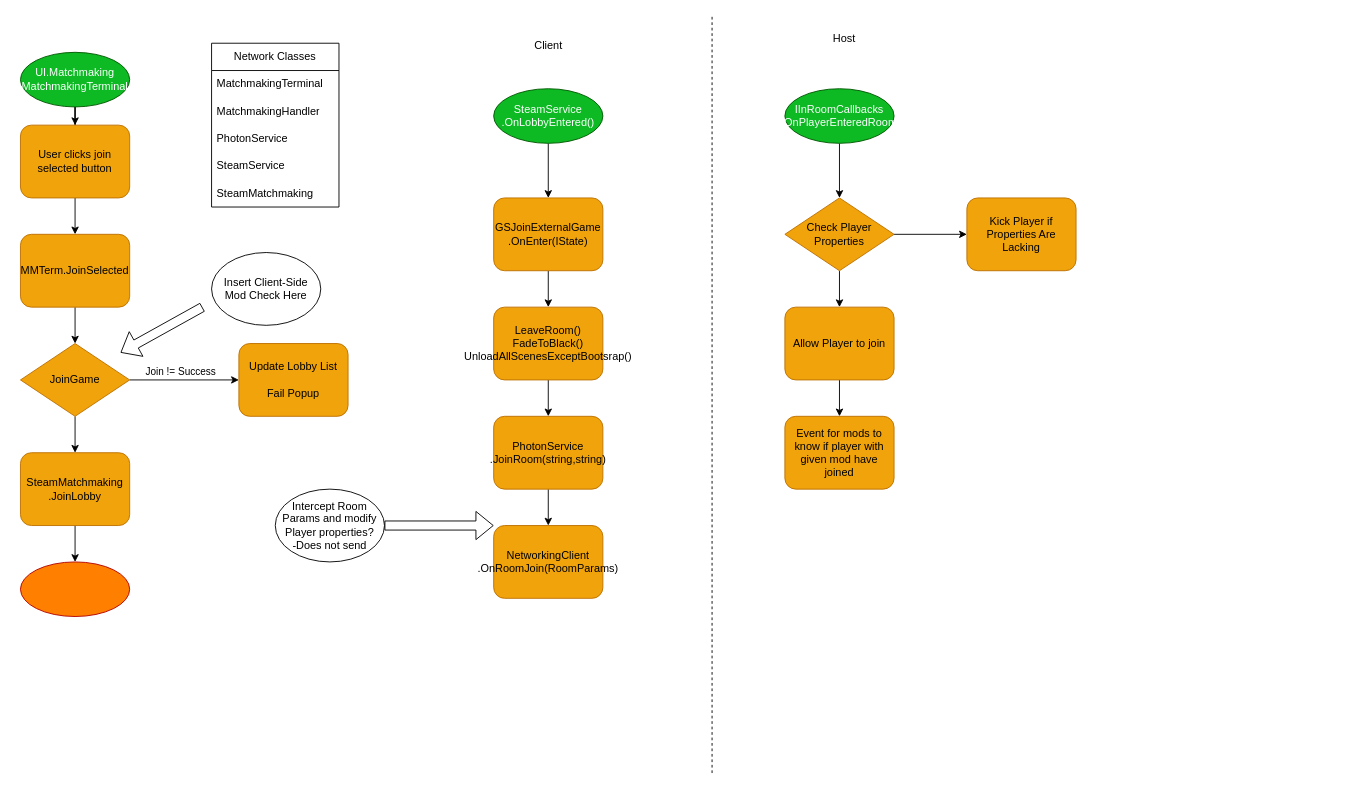
Above: MutiplayerModRequirements.drawio in Void-Crew-Modding-Team/Diagrams (draw.io), before the change. Source tidied: cells renumbered, new cells numbered last; positions are measured from the earlier drawing's top-left corner, leaving out a move shared by most shapes. Both pictures are drawn from the tidied source at 91%, with x=0, y=0 at pixel (20, 15).
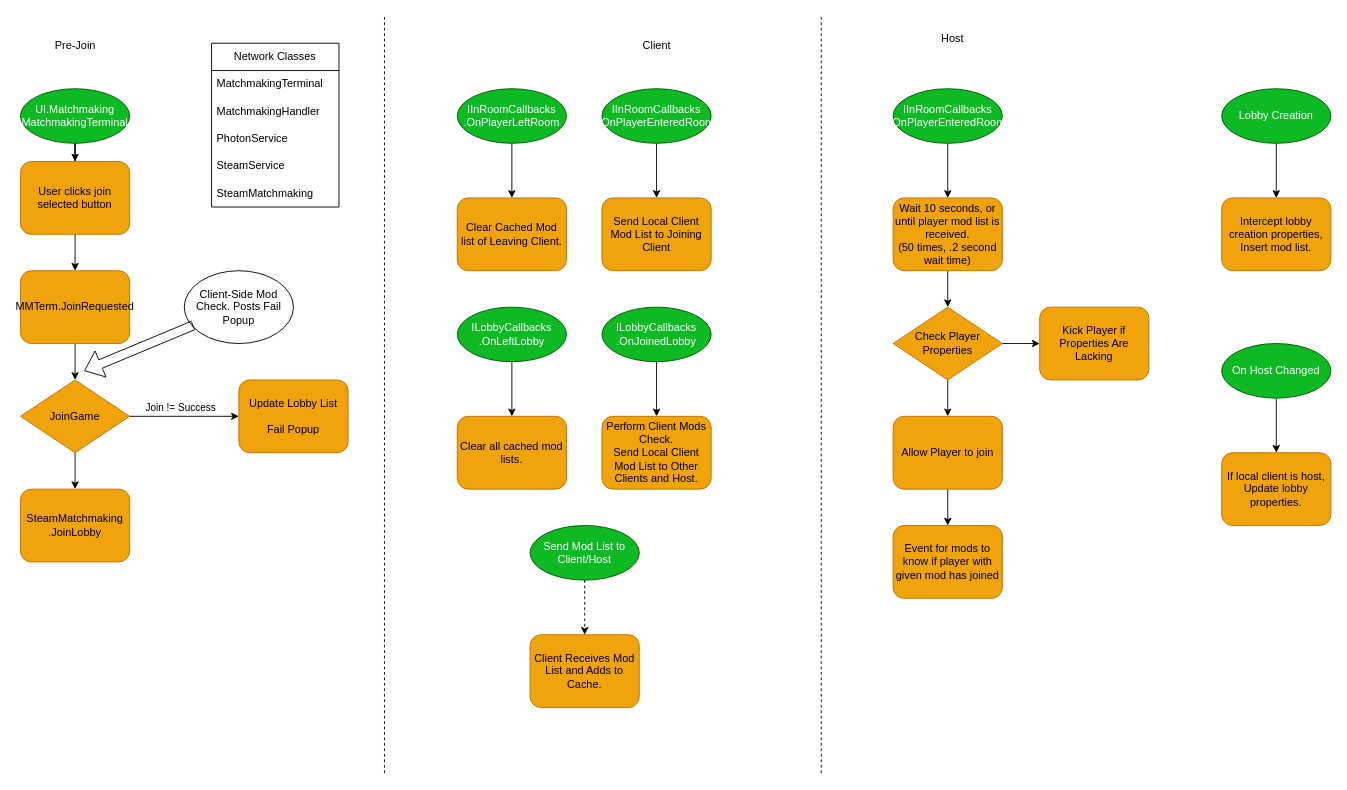
The same diagram, later.

What changed in the source:
```diff
@@
     <mxCell id="3" value="UI.Matchmaking&lt;br&gt;MatchmakingTerminal" style="ellipse;whiteSpace=wrap;html=1;fillColor=#0DBA24;strokeColor=#005700;fontColor=#ffffff;" parent="1" vertex="1">
-      <mxGeometry y="40" width="120" height="60" as="geometry" />
+      <mxGeometry y="80" width="120" height="60" as="geometry" />
     </mxCell>
@@
     <mxCell id="5" value="User clicks join selected button" style="rounded=1;whiteSpace=wrap;html=1;fillColor=#f0a30a;fontColor=#000000;strokeColor=#BD7000;" parent="1" vertex="1">
-      <mxGeometry y="120" width="120" height="80" as="geometry" />
+      <mxGeometry y="160" width="120" height="80" as="geometry" />
     </mxCell>
@@
-    <mxCell id="7" value="MMTerm.JoinSelected" style="rounded=1;whiteSpace=wrap;html=1;fillColor=#f0a30a;fontColor=#000000;strokeColor=#BD7000;" parent="1" vertex="1">
-      <mxGeometry y="240" width="120" height="80" as="geometry" />
+    <mxCell id="7" value="MMTerm.JoinRequested" style="rounded=1;whiteSpace=wrap;html=1;fillColor=#f0a30a;fontColor=#000000;strokeColor=#BD7000;" parent="1" vertex="1">
+      <mxGeometry y="280" width="120" height="80" as="geometry" />
     </mxCell>
     <mxCell id="8" value="Update Lobby List&lt;br&gt;&lt;br&gt;Fail Popup" style="rounded=1;whiteSpace=wrap;html=1;fillColor=#f0a30a;fontColor=#000000;strokeColor=#BD7000;" parent="1" vertex="1">
-      <mxGeometry x="240" y="360" width="120" height="80" as="geometry" />
+      <mxGeometry x="240" y="400" width="120" height="80" as="geometry" />
     </mxCell>
@@
     <mxCell id="12" value="JoinGame" style="rhombus;whiteSpace=wrap;html=1;fillColor=#f0a30a;fontColor=#000000;strokeColor=#BD7000;" parent="1" vertex="1">
-      <mxGeometry y="360" width="120" height="80" as="geometry" />
+      <mxGeometry y="400" width="120" height="80" as="geometry" />
     </mxCell>
-    <mxCell id="13" style="edgeStyle=orthogonalEdgeStyle;rounded=0;jettySize=auto;html=1;entryX=0.5;entryY=0;entryDx=0;entryDy=0;" parent="1" edge="1" source="14" target="23">
-      <mxGeometry relative="1" as="geometry" />
-    </mxCell>
     <mxCell id="14" value="SteamMatchmaking&lt;br&gt;.JoinLobby" style="rounded=1;whiteSpace=wrap;html=1;fillColor=#f0a30a;fontColor=#000000;strokeColor=#BD7000;" parent="1" vertex="1">
-      <mxGeometry y="480" width="120" height="80" as="geometry" />
+      <mxGeometry y="520" width="120" height="80" as="geometry" />
     </mxCell>
-    <mxCell id="15" value="Insert Client-Side Mod Check Here" style="ellipse;whiteSpace=wrap;html=1;" parent="1" vertex="1">
-      <mxGeometry x="210" y="260" width="120" height="80" as="geometry" />
+    <mxCell id="15" value="Client-Side Mod Check. Posts Fail Popup" style="ellipse;whiteSpace=wrap;html=1;" parent="1" vertex="1">
+      <mxGeometry x="180" y="280" width="120" height="80" as="geometry" />
     </mxCell>
     <mxCell id="16" style="shape=flexArrow;endArrow=classic;html=1;rounded=0;" parent="1" edge="1">
       <mxGeometry relative="1" as="geometry">
-        <mxPoint x="200" y="320" as="sourcePoint" />
-        <mxPoint x="110" y="370" as="targetPoint" />
+        <mxPoint x="190" y="340" as="sourcePoint" />
+        <mxPoint x="70" y="390" as="targetPoint" />
       </mxGeometry>
     </mxCell>
@@
-    <mxCell id="23" style="ellipse;whiteSpace=wrap;html=1;fillColor=#FF8000;strokeColor=#B20000;fontColor=#ffffff;direction=east;" parent="1" vertex="1">
-      <mxGeometry y="600" width="120" height="60" as="geometry" />
-    </mxCell>
     <mxCell id="24" style="endArrow=none;dashed=1;html=1;rounded=0;" parent="1" edge="1">
       <mxGeometry relative="1" as="geometry">
-        <mxPoint x="760" y="832" as="sourcePoint" />
-        <mxPoint x="760" as="targetPoint" />
+        <mxPoint x="880" y="832" as="sourcePoint" />
+        <mxPoint x="880" as="targetPoint" />
       </mxGeometry>
     </mxCell>
     <mxCell id="25" value="Client" style="text;html=1;align=center;verticalAlign=middle;strokeColor=none;fillColor=none;" parent="1" vertex="1">
-      <mxGeometry x="555" y="18" width="50" height="30" as="geometry" />
+      <mxGeometry x="674" y="18" width="50" height="30" as="geometry" />
     </mxCell>
     <mxCell id="26" value="Host" style="text;html=1;align=center;verticalAlign=middle;strokeColor=none;fillColor=none;" parent="1" vertex="1">
-      <mxGeometry x="880" y="10" width="50" height="30" as="geometry" />
+      <mxGeometry x="999" y="10" width="50" height="30" as="geometry" />
     </mxCell>
@@
-    <mxCell id="28" value="SteamService&lt;br&gt;.OnLobbyEntered()" style="ellipse;whiteSpace=wrap;html=1;fillColor=#0DBA24;strokeColor=#005700;fontColor=#ffffff;" parent="1" vertex="1">
-      <mxGeometry x="520" y="80" width="120" height="60" as="geometry" />
+    <mxCell id="28" value="IInRoomCallbacks&lt;br style=&quot;border-color: var(--border-color);&quot;&gt;.OnPlayerEnteredRoom" style="ellipse;whiteSpace=wrap;html=1;fillColor=#0DBA24;strokeColor=#005700;fontColor=#ffffff;" parent="1" vertex="1">
+      <mxGeometry x="639" y="80" width="120" height="60" as="geometry" />
     </mxCell>
-    <mxCell id="29" style="edgeStyle=orthogonalEdgeStyle;rounded=0;jettySize=auto;html=1;" parent="1" edge="1" source="30" target="32">
-      <mxGeometry relative="1" as="geometry" />
-    </mxCell>
-    <mxCell id="30" value="GSJoinExternalGame&lt;br&gt;.OnEnter(IState)" style="rounded=1;whiteSpace=wrap;html=1;fillColor=#f0a30a;fontColor=#000000;strokeColor=#BD7000;" parent="1" vertex="1">
-      <mxGeometry x="520" y="200" width="120" height="80" as="geometry" />
+    <mxCell id="30" value="Send Local Client &lt;br&gt;Mod List to Joining Client" style="rounded=1;whiteSpace=wrap;html=1;fillColor=#f0a30a;fontColor=#000000;strokeColor=#BD7000;" parent="1" vertex="1">
+      <mxGeometry x="639" y="200" width="120" height="80" as="geometry" />
     </mxCell>
-    <mxCell id="31" style="edgeStyle=orthogonalEdgeStyle;rounded=0;jettySize=auto;html=1;entryX=0.5;entryY=0;entryDx=0;entryDy=0;" parent="1" edge="1" source="32" target="34">
-      <mxGeometry relative="1" as="geometry" />
-    </mxCell>
-    <mxCell id="32" value="LeaveRoom()&lt;br&gt;FadeToBlack()&lt;br&gt;UnloadAllScenesExceptBootsrap()" style="rounded=1;whiteSpace=wrap;html=1;fillColor=#f0a30a;fontColor=#000000;strokeColor=#BD7000;" parent="1" vertex="1">
-      <mxGeometry x="520" y="320" width="120" height="80" as="geometry" />
-    </mxCell>
-    <mxCell id="33" style="edgeStyle=orthogonalEdgeStyle;rounded=0;jettySize=auto;html=1;entryX=0.5;entryY=0;entryDx=0;entryDy=0;" parent="1" edge="1" source="34" target="35">
-      <mxGeometry relative="1" as="geometry" />
-    </mxCell>
-    <mxCell id="34" value="PhotonService&lt;br&gt;.JoinRoom(string,string)" style="rounded=1;whiteSpace=wrap;html=1;fillColor=#f0a30a;fontColor=#000000;strokeColor=#BD7000;" parent="1" vertex="1">
-      <mxGeometry x="520" y="440" width="120" height="80" as="geometry" />
-    </mxCell>
-    <mxCell id="35" value="NetworkingClient&lt;br&gt;.OnRoomJoin(RoomParams)" style="rounded=1;whiteSpace=wrap;html=1;fillColor=#f0a30a;fontColor=#000000;strokeColor=#BD7000;" parent="1" vertex="1">
-      <mxGeometry x="520" y="560" width="120" height="80" as="geometry" />
-    </mxCell>
-    <mxCell id="36" value="Intercept Room Params and modify Player properties?&lt;br&gt;-Does not send" style="ellipse;whiteSpace=wrap;html=1;" parent="1" vertex="1">
-      <mxGeometry x="280" y="520" width="120" height="80" as="geometry" />
-    </mxCell>
-    <mxCell id="37" style="shape=flexArrow;endArrow=classic;html=1;rounded=0;entryX=0;entryY=0;entryDx=0;entryDy=0;exitX=1;exitY=0.5;exitDx=0;exitDy=0;" parent="1" edge="1" source="36" target="35">
-      <mxGeometry relative="1" as="geometry" />
-    </mxCell>
-    <mxCell id="38" style="edgeStyle=orthogonalEdgeStyle;rounded=0;jettySize=auto;html=1;" parent="1" edge="1" source="39" target="42">
+    <mxCell id="38" style="edgeStyle=orthogonalEdgeStyle;rounded=0;jettySize=auto;html=1;entryX=0.5;entryY=0;entryDx=0;entryDy=0;" parent="1" edge="1" source="39" target="67">
       <mxGeometry relative="1" as="geometry" />
     </mxCell>
     <mxCell id="39" value="IInRoomCallbacks&lt;br&gt;.OnPlayerEnteredRoom" style="ellipse;whiteSpace=wrap;html=1;fillColor=#0DBA24;strokeColor=#005700;fontColor=#ffffff;" parent="1" vertex="1">
-      <mxGeometry x="840" y="80" width="120" height="60" as="geometry" />
+      <mxGeometry x="959" y="80" width="120" height="60" as="geometry" />
     </mxCell>
@@
     <mxCell id="42" value="Check Player Properties" style="rhombus;whiteSpace=wrap;html=1;fillColor=#f0a30a;fontColor=#000000;strokeColor=#BD7000;" parent="1" vertex="1">
-      <mxGeometry x="840" y="200" width="120" height="80" as="geometry" />
+      <mxGeometry x="959" y="320" width="120" height="80" as="geometry" />
     </mxCell>
     <mxCell id="43" value="Kick Player if Properties Are Lacking" style="rounded=1;whiteSpace=wrap;html=1;fillColor=#f0a30a;fontColor=#000000;strokeColor=#BD7000;" parent="1" vertex="1">
-      <mxGeometry x="1040" y="200" width="120" height="80" as="geometry" />
+      <mxGeometry x="1120" y="320" width="120" height="80" as="geometry" />
     </mxCell>
@@
     <mxCell id="45" value="Allow Player to join" style="rounded=1;whiteSpace=wrap;html=1;fillColor=#f0a30a;fontColor=#000000;strokeColor=#BD7000;" parent="1" vertex="1">
-      <mxGeometry x="840" y="320" width="120" height="80" as="geometry" />
+      <mxGeometry x="959" y="440" width="120" height="80" as="geometry" />
     </mxCell>
-    <mxCell id="46" value="Event for mods to know if player with given mod have joined" style="rounded=1;whiteSpace=wrap;html=1;fillColor=#f0a30a;fontColor=#000000;strokeColor=#BD7000;" parent="1" vertex="1">
-      <mxGeometry x="840" y="440" width="120" height="80" as="geometry" />
+    <mxCell id="46" value="Event for mods to know if player with given mod has joined" style="rounded=1;whiteSpace=wrap;html=1;fillColor=#f0a30a;fontColor=#000000;strokeColor=#BD7000;" parent="1" vertex="1">
+      <mxGeometry x="959" y="560" width="120" height="80" as="geometry" />
     </mxCell>
+    <mxCell id="47" style="edgeStyle=orthogonalEdgeStyle;rounded=0;jettySize=auto;html=1;entryX=0.5;entryY=0;entryDx=0;entryDy=0;" parent="1" edge="1" source="48" target="49">
+      <mxGeometry relative="1" as="geometry" />
+    </mxCell>
+    <mxCell id="48" value="ILobbyCallbacks&lt;br style=&quot;border-color: var(--border-color);&quot;&gt;.OnJoinedLobby" style="ellipse;whiteSpace=wrap;html=1;fillColor=#0DBA24;strokeColor=#005700;fontColor=#ffffff;" parent="1" vertex="1">
+      <mxGeometry x="639" y="320" width="120" height="60" as="geometry" />
+    </mxCell>
+    <mxCell id="49" value="Perform Client Mods Check.&lt;br&gt;Send Local Client &lt;br&gt;Mod List to Other Clients and Host." style="rounded=1;whiteSpace=wrap;html=1;fillColor=#f0a30a;fontColor=#000000;strokeColor=#BD7000;" parent="1" vertex="1">
+      <mxGeometry x="639" y="440" width="120" height="80" as="geometry" />
+    </mxCell>
+    <mxCell id="50" style="edgeStyle=orthogonalEdgeStyle;rounded=0;jettySize=auto;html=1;entryX=0.5;entryY=0;entryDx=0;entryDy=0;" parent="1" edge="1" source="51" target="52">
+      <mxGeometry relative="1" as="geometry" />
+    </mxCell>
+    <mxCell id="51" value="IInRoomCallbacks&lt;br style=&quot;border-color: var(--border-color);&quot;&gt;.OnPlayerLeftRoom" style="ellipse;whiteSpace=wrap;html=1;fillColor=#0DBA24;strokeColor=#005700;fontColor=#ffffff;" parent="1" vertex="1">
+      <mxGeometry x="480" y="80" width="120" height="60" as="geometry" />
+    </mxCell>
+    <mxCell id="52" value="Clear Cached Mod list of Leaving Client." style="rounded=1;whiteSpace=wrap;html=1;fillColor=#f0a30a;fontColor=#000000;strokeColor=#BD7000;" parent="1" vertex="1">
+      <mxGeometry x="480" y="200" width="120" height="80" as="geometry" />
+    </mxCell>
+    <mxCell id="53" style="edgeStyle=orthogonalEdgeStyle;rounded=0;jettySize=auto;html=1;dashed=1;" parent="1" edge="1" source="54" target="55">
+      <mxGeometry relative="1" as="geometry" />
+    </mxCell>
+    <mxCell id="54" value="Send Mod List to Client/Host" style="ellipse;whiteSpace=wrap;html=1;fillColor=#0DBA24;strokeColor=#005700;fontColor=#ffffff;" parent="1" vertex="1">
+      <mxGeometry x="560" y="560" width="120" height="60" as="geometry" />
+    </mxCell>
+    <mxCell id="55" value="Client Receives Mod List and Adds to Cache." style="rounded=1;whiteSpace=wrap;html=1;fillColor=#f0a30a;fontColor=#000000;strokeColor=#BD7000;" parent="1" vertex="1">
+      <mxGeometry x="560" y="680" width="120" height="80" as="geometry" />
+    </mxCell>
+    <mxCell id="56" value="Pre-Join" style="text;html=1;align=center;verticalAlign=middle;strokeColor=none;fillColor=none;" parent="1" vertex="1">
+      <mxGeometry x="25" y="18" width="70" height="30" as="geometry" />
+    </mxCell>
+    <mxCell id="57" style="edgeStyle=orthogonalEdgeStyle;rounded=0;jettySize=auto;html=1;entryX=0.5;entryY=0;entryDx=0;entryDy=0;" parent="1" edge="1" source="58" target="59">
+      <mxGeometry relative="1" as="geometry" />
+    </mxCell>
+    <mxCell id="58" value="ILobbyCallbacks&lt;br style=&quot;border-color: var(--border-color);&quot;&gt;.OnLeftLobby" style="ellipse;whiteSpace=wrap;html=1;fillColor=#0DBA24;strokeColor=#005700;fontColor=#ffffff;" parent="1" vertex="1">
+      <mxGeometry x="480" y="320" width="120" height="60" as="geometry" />
+    </mxCell>
+    <mxCell id="59" value="Clear all cached mod lists." style="rounded=1;whiteSpace=wrap;html=1;fillColor=#f0a30a;fontColor=#000000;strokeColor=#BD7000;" parent="1" vertex="1">
+      <mxGeometry x="480" y="440" width="120" height="80" as="geometry" />
+    </mxCell>
+    <mxCell id="60" style="edgeStyle=orthogonalEdgeStyle;rounded=0;jettySize=auto;html=1;entryX=0.5;entryY=0;entryDx=0;entryDy=0;" parent="1" edge="1" source="61" target="62">
+      <mxGeometry relative="1" as="geometry" />
+    </mxCell>
+    <mxCell id="61" value="Lobby Creation" style="ellipse;whiteSpace=wrap;html=1;fillColor=#0DBA24;strokeColor=#005700;fontColor=#ffffff;" parent="1" vertex="1">
+      <mxGeometry x="1320" y="80" width="120" height="60" as="geometry" />
+    </mxCell>
+    <mxCell id="62" value="Intercept lobby creation properties, Insert mod list." style="rounded=1;whiteSpace=wrap;html=1;fillColor=#f0a30a;fontColor=#000000;strokeColor=#BD7000;" parent="1" vertex="1">
+      <mxGeometry x="1320" y="200" width="120" height="80" as="geometry" />
+    </mxCell>
+    <mxCell id="63" style="edgeStyle=orthogonalEdgeStyle;rounded=0;jettySize=auto;html=1;" parent="1" edge="1" source="64" target="65">
+      <mxGeometry relative="1" as="geometry" />
+    </mxCell>
+    <mxCell id="64" value="On Host Changed" style="ellipse;whiteSpace=wrap;html=1;fillColor=#0DBA24;strokeColor=#005700;fontColor=#ffffff;" parent="1" vertex="1">
+      <mxGeometry x="1320" y="360" width="120" height="60" as="geometry" />
+    </mxCell>
+    <mxCell id="65" value="If local client is host, Update lobby properties." style="rounded=1;whiteSpace=wrap;html=1;fillColor=#f0a30a;fontColor=#000000;strokeColor=#BD7000;" parent="1" vertex="1">
+      <mxGeometry x="1320" y="480" width="120" height="80" as="geometry" />
+    </mxCell>
+    <mxCell id="66" style="edgeStyle=orthogonalEdgeStyle;rounded=0;jettySize=auto;html=1;entryX=0.5;entryY=0;entryDx=0;entryDy=0;" parent="1" edge="1" source="67" target="42">
+      <mxGeometry relative="1" as="geometry" />
+    </mxCell>
+    <mxCell id="67" value="Wait 10 seconds, or until player mod list is received. &lt;br&gt;(50 times, .2 second wait time)" style="rounded=1;whiteSpace=wrap;html=1;fillColor=#f0a30a;fontColor=#000000;strokeColor=#BD7000;" parent="1" vertex="1">
+      <mxGeometry x="959" y="200" width="120" height="80" as="geometry" />
+    </mxCell>
+    <mxCell id="68" style="endArrow=none;dashed=1;html=1;rounded=0;" parent="1" edge="1">
+      <mxGeometry relative="1" as="geometry">
+        <mxPoint x="400" y="832" as="sourcePoint" />
+        <mxPoint x="400" as="targetPoint" />
+      </mxGeometry>
+    </mxCell>
```
